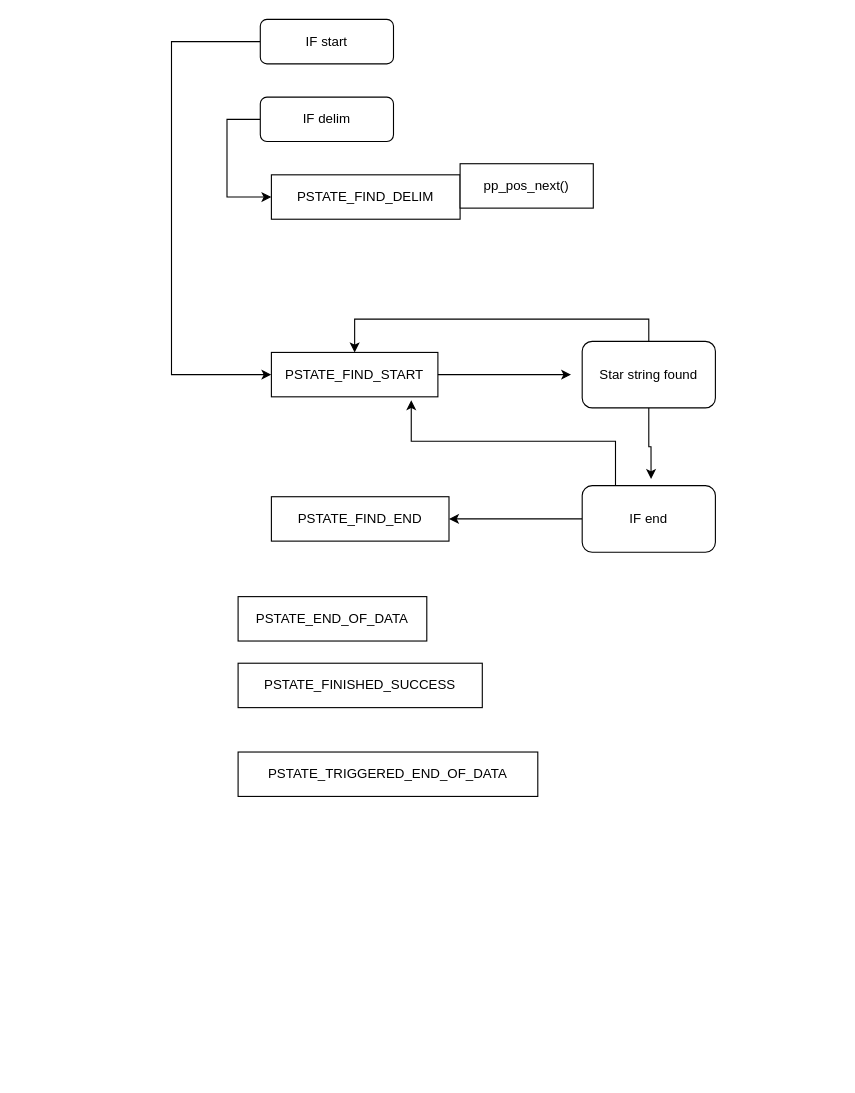
Above: Untitled Diagram.drawio in elcoco/podclient (draw.io), before the change. Source tidied: cells renumbered, new cells numbered last; positions are measured from the earlier drawing's top-left corner, leaving out a move shared by most shapes. Both pictures are drawn from the tidied source at 111%, with x=0, y=0 at pixel (171, 19).
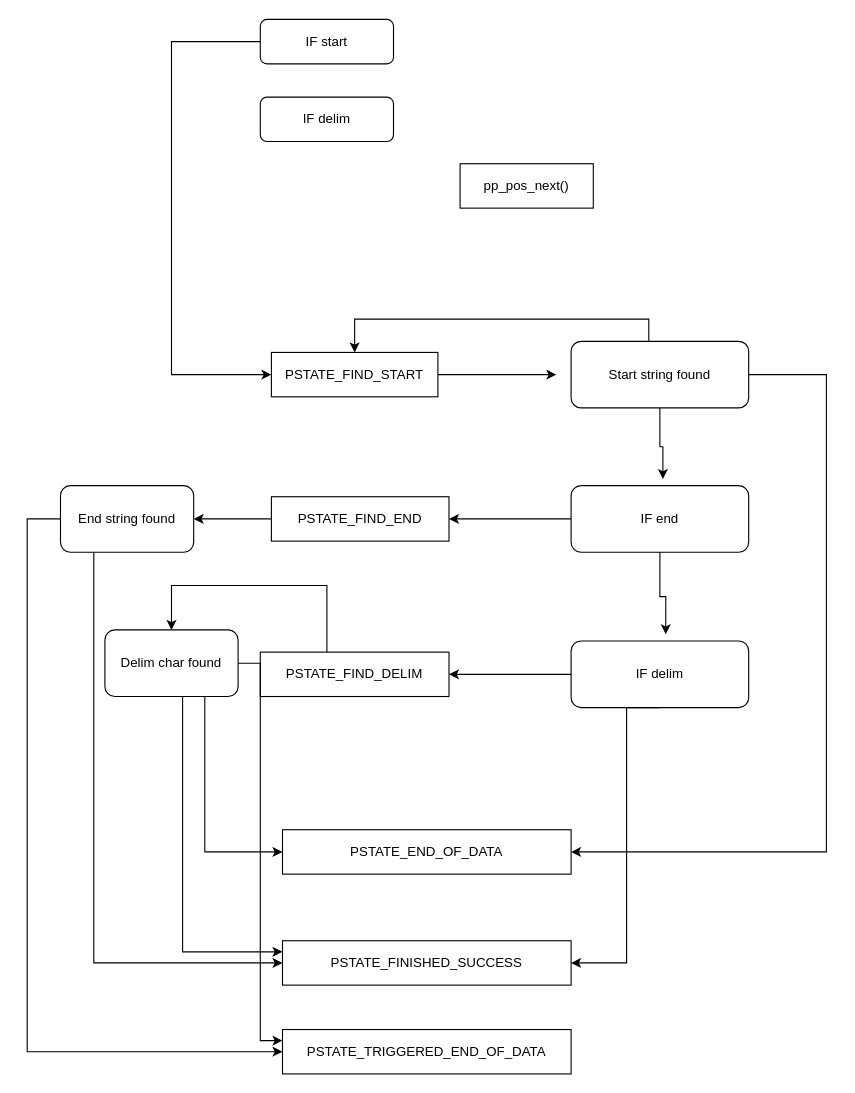
The same page after the edit.

Unchanged cells that the change refers to:
```xml
<mxCell id="2" value="&lt;div&gt;&lt;font&gt;PSTATE_FIND_START&lt;/font&gt;&lt;/div&gt;" style="rounded=0;whiteSpace=wrap;html=1;" parent="1" vertex="1">
  <mxGeometry x="90" y="300" width="150" height="40" as="geometry" />
</mxCell>
<mxCell id="3" value="PSTATE_FIND_END" style="rounded=0;whiteSpace=wrap;html=1;" parent="1" vertex="1">
  <mxGeometry x="90" y="430" width="160" height="40" as="geometry" />
</mxCell>
<mxCell id="11" value="IF delim" style="rounded=1;whiteSpace=wrap;html=1;" parent="1" vertex="1">
  <mxGeometry x="80" y="70" width="120" height="40" as="geometry" />
</mxCell>
```

What changed in the source:
```diff
@@
+    <mxCell id="20" style="edgeStyle=orthogonalEdgeStyle;rounded=0;jettySize=auto;html=1;" parent="1" edge="1" source="3" target="29">
+      <mxGeometry relative="1" as="geometry" />
+    </mxCell>
@@
+    <mxCell id="21" style="edgeStyle=orthogonalEdgeStyle;rounded=0;jettySize=auto;html=1;entryX=0.5;entryY=0;entryDx=0;entryDy=0;" parent="1" edge="1" source="4" target="33">
+      <mxGeometry relative="1" as="geometry">
+        <Array as="points">
+          <mxPoint x="140" y="510" />
+          <mxPoint y="510" />
+        </Array>
+      </mxGeometry>
+    </mxCell>
     <mxCell id="4" value="PSTATE_FIND_DELIM" style="rounded=0;whiteSpace=wrap;html=1;" parent="1" vertex="1">
-      <mxGeometry x="90" y="140" width="170" height="40" as="geometry" />
+      <mxGeometry x="80" y="570" width="170" height="40" as="geometry" />
     </mxCell>
     <mxCell id="5" value="PSTATE_END_OF_DATA" style="rounded=0;whiteSpace=wrap;html=1;" parent="1" vertex="1">
-      <mxGeometry x="60" y="520" width="170" height="40" as="geometry" />
+      <mxGeometry x="100" y="730" width="260" height="40" as="geometry" />
     </mxCell>
     <mxCell id="6" value="PSTATE_TRIGGERED_END_OF_DATA" style="rounded=0;whiteSpace=wrap;html=1;" parent="1" vertex="1">
-      <mxGeometry x="60" y="660" width="270" height="40" as="geometry" />
+      <mxGeometry x="100" y="910" width="260" height="40" as="geometry" />
     </mxCell>
     <mxCell id="7" value="PSTATE_FINISHED_SUCCESS" style="rounded=0;whiteSpace=wrap;html=1;" parent="1" vertex="1">
-      <mxGeometry x="60" y="580" width="220" height="40" as="geometry" />
+      <mxGeometry x="100" y="830" width="260" height="40" as="geometry" />
     </mxCell>
@@
-    <mxCell id="10" style="edgeStyle=orthogonalEdgeStyle;rounded=0;jettySize=auto;html=1;entryX=0;entryY=0.5;entryDx=0;entryDy=0;" parent="1" edge="1" source="11" target="4">
-      <mxGeometry relative="1" as="geometry">
-        <Array as="points">
-          <mxPoint x="50" y="90" />
-          <mxPoint x="50" y="160" />
-        </Array>
-      </mxGeometry>
-    </mxCell>
@@
+    <mxCell id="22" style="edgeStyle=orthogonalEdgeStyle;rounded=0;jettySize=auto;html=1;entryX=1;entryY=0.5;entryDx=0;entryDy=0;" parent="1" edge="1" source="14" target="5">
+      <mxGeometry relative="1" as="geometry">
+        <Array as="points">
+          <mxPoint x="590" y="320" />
+          <mxPoint x="590" y="750" />
+        </Array>
+      </mxGeometry>
+    </mxCell>
-    <mxCell id="14" value="Star string found" style="rounded=1;whiteSpace=wrap;html=1;" parent="1" vertex="1">
-      <mxGeometry x="370" y="290" width="120" height="60" as="geometry" />
+    <mxCell id="14" value="Start string found" style="rounded=1;whiteSpace=wrap;html=1;" parent="1" vertex="1">
+      <mxGeometry x="360" y="290" width="160" height="60" as="geometry" />
     </mxCell>
@@
     <mxCell id="17" value="IF end" style="rounded=1;whiteSpace=wrap;html=1;" parent="1" vertex="1">
-      <mxGeometry x="370" y="420" width="120" height="60" as="geometry" />
+      <mxGeometry x="360" y="420" width="160" height="60" as="geometry" />
     </mxCell>
@@
-    <mxCell id="19" style="edgeStyle=orthogonalEdgeStyle;rounded=0;jettySize=auto;html=1;exitX=0.25;exitY=0;exitDx=0;exitDy=0;entryX=0.84;entryY=1.075;entryDx=0;entryDy=0;entryPerimeter=0;" parent="1" edge="1" source="17" target="2">
-      <mxGeometry relative="1" as="geometry" />
-    </mxCell>
+    <mxCell id="23" style="edgeStyle=orthogonalEdgeStyle;rounded=0;jettySize=auto;html=1;entryX=1;entryY=0.5;entryDx=0;entryDy=0;" parent="1" edge="1" source="25" target="4">
+      <mxGeometry relative="1" as="geometry" />
+    </mxCell>
+    <mxCell id="24" style="edgeStyle=orthogonalEdgeStyle;rounded=0;jettySize=auto;html=1;exitX=0.5;exitY=1;exitDx=0;exitDy=0;entryX=1;entryY=0.5;entryDx=0;entryDy=0;" parent="1" edge="1" source="25" target="7">
+      <mxGeometry relative="1" as="geometry">
+        <Array as="points">
+          <mxPoint x="410" y="620" />
+          <mxPoint x="410" y="850" />
+        </Array>
+      </mxGeometry>
+    </mxCell>
+    <mxCell id="25" value="IF delim" style="rounded=1;whiteSpace=wrap;html=1;" parent="1" vertex="1">
+      <mxGeometry x="360" y="560" width="160" height="60" as="geometry" />
+    </mxCell>
+    <mxCell id="26" style="edgeStyle=orthogonalEdgeStyle;rounded=0;jettySize=auto;html=1;exitX=0.5;exitY=1;exitDx=0;exitDy=0;entryX=0.533;entryY=-0.1;entryDx=0;entryDy=0;entryPerimeter=0;" parent="1" edge="1" source="17" target="25">
+      <mxGeometry relative="1" as="geometry" />
+    </mxCell>
+    <mxCell id="27" style="edgeStyle=orthogonalEdgeStyle;rounded=0;jettySize=auto;html=1;entryX=0;entryY=0.5;entryDx=0;entryDy=0;" parent="1" edge="1" source="29" target="7">
+      <mxGeometry relative="1" as="geometry">
+        <Array as="points">
+          <mxPoint x="-70" y="850" />
+        </Array>
+      </mxGeometry>
+    </mxCell>
+    <mxCell id="28" style="edgeStyle=orthogonalEdgeStyle;rounded=0;jettySize=auto;html=1;entryX=0;entryY=0.5;entryDx=0;entryDy=0;" parent="1" edge="1" source="29" target="6">
+      <mxGeometry relative="1" as="geometry">
+        <Array as="points">
+          <mxPoint x="-130" y="450" />
+          <mxPoint x="-130" y="930" />
+        </Array>
+      </mxGeometry>
+    </mxCell>
+    <mxCell id="29" value="End string found" style="rounded=1;whiteSpace=wrap;html=1;" parent="1" vertex="1">
+      <mxGeometry x="-100" y="420" width="120" height="60" as="geometry" />
+    </mxCell>
+    <mxCell id="30" style="edgeStyle=orthogonalEdgeStyle;rounded=0;jettySize=auto;html=1;entryX=0;entryY=0.25;entryDx=0;entryDy=0;" parent="1" edge="1" source="33" target="7">
+      <mxGeometry relative="1" as="geometry">
+        <Array as="points">
+          <mxPoint x="10" y="840" />
+        </Array>
+      </mxGeometry>
+    </mxCell>
+    <mxCell id="31" style="edgeStyle=orthogonalEdgeStyle;rounded=0;jettySize=auto;html=1;exitX=0.75;exitY=1;exitDx=0;exitDy=0;entryX=0;entryY=0.5;entryDx=0;entryDy=0;" parent="1" edge="1" source="33" target="5">
+      <mxGeometry relative="1" as="geometry" />
+    </mxCell>
+    <mxCell id="32" style="edgeStyle=orthogonalEdgeStyle;rounded=0;jettySize=auto;html=1;entryX=0;entryY=0.25;entryDx=0;entryDy=0;" parent="1" edge="1" source="33" target="6">
+      <mxGeometry relative="1" as="geometry" />
+    </mxCell>
+    <mxCell id="33" value="Delim char found" style="rounded=1;whiteSpace=wrap;html=1;" parent="1" vertex="1">
+      <mxGeometry x="-60" y="550" width="120" height="60" as="geometry" />
+    </mxCell>
```
